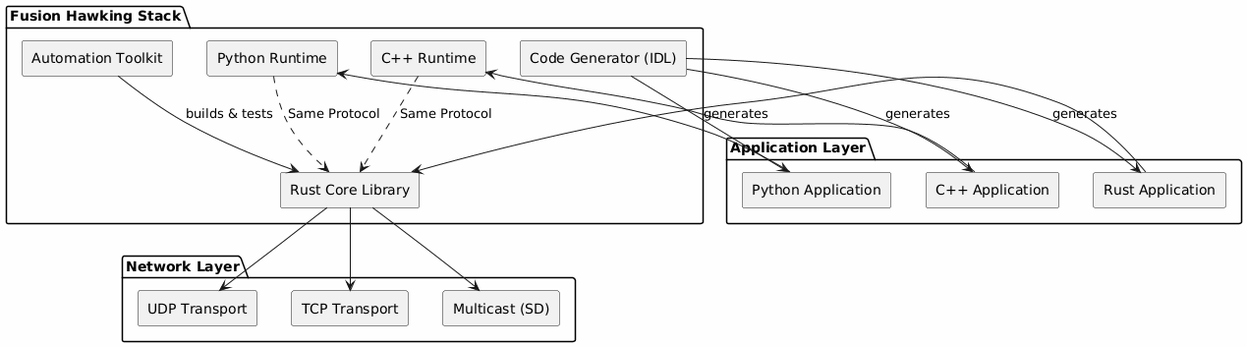
Above: docs/images/system_overview.png in arunj123/fusion-hawking (PlantUML), before the change. The source it was exported from:
```plantuml
@startuml
skinparam backgroundColor #FEFEFE
skinparam componentStyle rectangle

package "Fusion Hawking Stack" {
    [Rust Core Library] as Core
    [Python Runtime] as PyRT
    [C++ Runtime] as CppRT
    [Code Generator (IDL)] as Codegen
    [Automation Toolkit] as Fusion
}

package "Application Layer" {
    [Rust Application] as RustApp
    [Python Application] as PyApp
    [C++ Application] as CppApp
}

package "Network Layer" {
    [UDP Transport] as UDP
    [TCP Transport] as TCP
    [Multicast (SD)] as Mcast
}

RustApp --> Core
PyApp --> PyRT
CppApp --> CppRT
PyRT ..> Core : "Same Protocol"
CppRT ..> Core : "Same Protocol"

Core --> UDP
Core --> TCP
Core --> Mcast

Codegen --> RustApp : generates
Codegen --> PyApp : generates
Codegen --> CppApp : generates
Fusion --> Core : builds & tests
@enduml
```
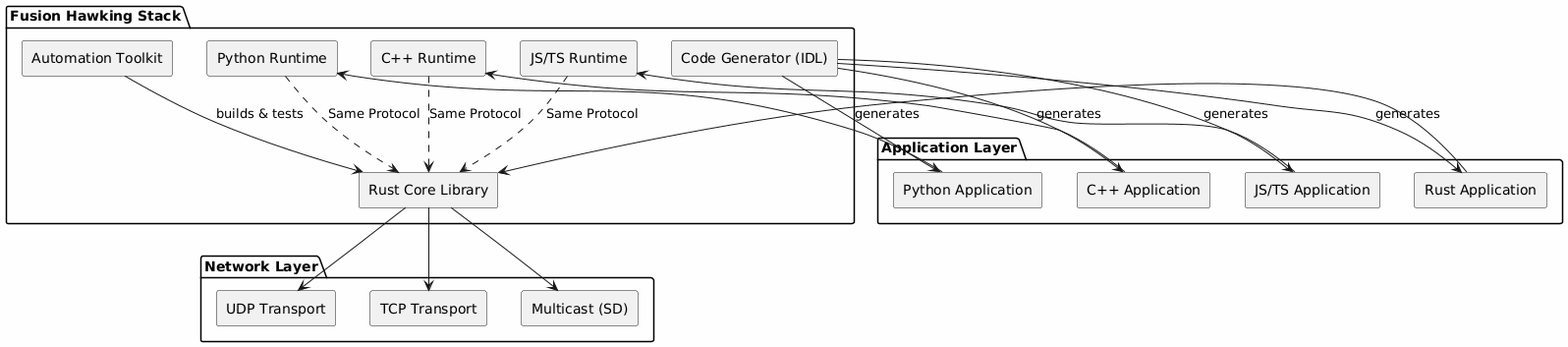
After the change.

The edit, as a diff of the source:
```diff
@@ -6,15 +6,19 @@
     [Rust Core Library] as Core
     [Python Runtime] as PyRT
     [C++ Runtime] as CppRT
+    [JS/TS Runtime] as JsRT
     [Code Generator (IDL)] as Codegen
     [Automation Toolkit] as Fusion
 }
+
 
 package "Application Layer" {
     [Rust Application] as RustApp
     [Python Application] as PyApp
     [C++ Application] as CppApp
+    [JS/TS Application] as JsApp
 }
+
 
 package "Network Layer" {
     [UDP Transport] as UDP
@@ -27,6 +31,9 @@
 CppApp --> CppRT
 PyRT ..> Core : "Same Protocol"
 CppRT ..> Core : "Same Protocol"
+JsRT ..> Core : "Same Protocol"
+JsApp --> JsRT
+
 
 Core --> UDP
 Core --> TCP
@@ -35,5 +42,6 @@
 Codegen --> RustApp : generates
 Codegen --> PyApp : generates
 Codegen --> CppApp : generates
+Codegen --> JsApp : generates
 Fusion --> Core : builds & tests
 @enduml
```
